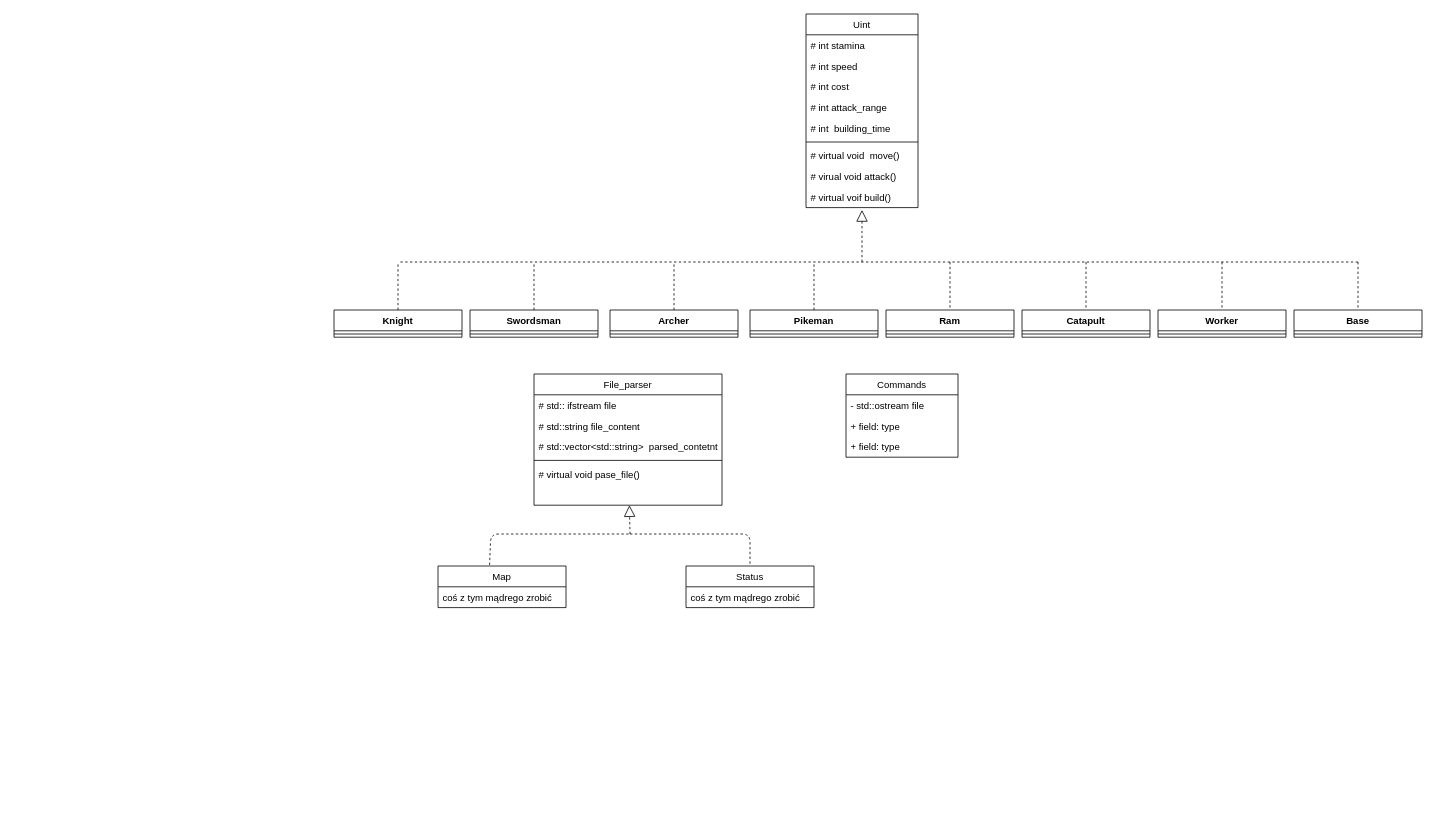
Before: diagram/diagram.drawio in PartyKusZ/board_game, a draw.io diagram. Source tidied: cells renumbered, new cells numbered last; positions are measured from the earlier drawing's top-left corner, leaving out a move shared by most shapes. Both pictures are drawn from the tidied source at 80%, with x=0, y=0 at pixel (334, 14).
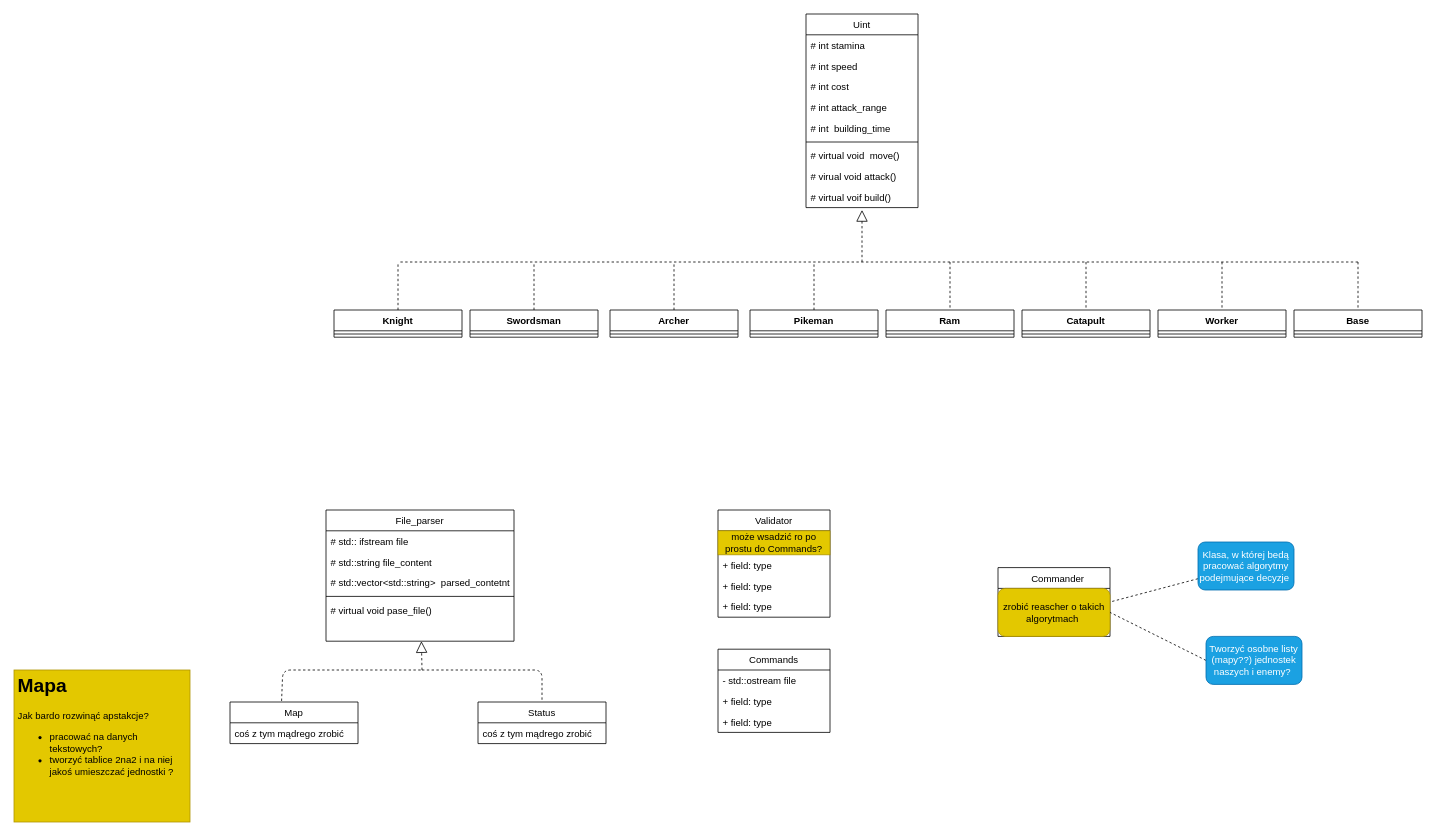
Above is the later version.

Commit message (it also covers changes not shown here):
rozwój daigramów

What changed in the source:
```diff
@@
     <mxCell id="39" value="Map" style="swimlane;fontStyle=0;horizontal=1;startSize=26;fillColor=none;strokeColor=default;" parent="1" vertex="1">
-      <mxGeometry x="130" y="690" width="160" height="52" as="geometry" />
+      <mxGeometry x="-130" y="860" width="160" height="52" as="geometry" />
     </mxCell>
@@
     <mxCell id="41" value="Status" style="swimlane;fontStyle=0;horizontal=1;startSize=26;fillColor=none;strokeColor=default;" parent="1" vertex="1">
-      <mxGeometry x="440" y="690" width="160" height="52" as="geometry" />
+      <mxGeometry x="180" y="860" width="160" height="52" as="geometry" />
     </mxCell>
@@
     <mxCell id="43" value="Commands" style="swimlane;fontStyle=0;horizontal=1;startSize=26;fillColor=none;strokeColor=default;" parent="1" vertex="1">
-      <mxGeometry x="640" y="450" width="140" height="104" as="geometry" />
+      <mxGeometry x="480" y="794" width="140" height="104" as="geometry" />
     </mxCell>
@@
     <mxCell id="47" value="File_parser" style="swimlane;fontStyle=0;horizontal=1;startSize=26;fillColor=none;strokeColor=default;" parent="1" vertex="1">
-      <mxGeometry x="250" y="450" width="235" height="164" as="geometry" />
+      <mxGeometry x="-10" y="620" width="235" height="164" as="geometry" />
     </mxCell>
@@
     <mxCell id="54" style="group;" parent="1" vertex="1">
-      <mxGeometry x="196" y="650" width="324" as="geometry" />
+      <mxGeometry x="-64" y="820" width="324" as="geometry" />
     </mxCell>
@@
+    <mxCell id="58" value="Validator" style="swimlane;fontStyle=0;horizontal=1;startSize=26;fillColor=none;strokeColor=default;" parent="1" vertex="1">
+      <mxGeometry x="480" y="620" width="140" height="134" as="geometry" />
+    </mxCell>
+    <mxCell id="59" value="może wsadzić ro po prostu do Commands?" style="text;html=1;strokeColor=#B09500;fillColor=#e3c800;align=center;verticalAlign=middle;whiteSpace=wrap;rounded=0;fontColor=#000000;" parent="58" vertex="1">
+      <mxGeometry y="26" width="140" height="30" as="geometry" />
+    </mxCell>
+    <mxCell id="60" value="+ field: type" style="text;strokeColor=none;fillColor=none;align=left;verticalAlign=top;spacingLeft=4;spacingRight=4;overflow=hidden;" parent="58" vertex="1">
+      <mxGeometry y="56" width="140" height="26" as="geometry" />
+    </mxCell>
+    <mxCell id="61" value="+ field: type" style="text;strokeColor=none;fillColor=none;align=left;verticalAlign=top;spacingLeft=4;spacingRight=4;overflow=hidden;" parent="58" vertex="1">
+      <mxGeometry y="82" width="140" height="26" as="geometry" />
+    </mxCell>
+    <mxCell id="62" value="+ field: type" style="text;strokeColor=none;fillColor=none;align=left;verticalAlign=top;spacingLeft=4;spacingRight=4;overflow=hidden;" parent="58" vertex="1">
+      <mxGeometry y="108" width="140" height="26" as="geometry" />
+    </mxCell>
+    <mxCell id="63" value="    Commander " style="swimlane;fontStyle=0;horizontal=1;startSize=26;fillColor=none;strokeColor=default;" parent="1" vertex="1">
+      <mxGeometry x="830" y="692" width="140" height="86" as="geometry" />
+    </mxCell>
+    <mxCell id="64" value="zrobić reascher o takich algorytmach&amp;nbsp;" style="rounded=1;whiteSpace=wrap;html=1;strokeColor=#B09500;fillColor=#e3c800;fontColor=#000000;" parent="63" vertex="1">
+      <mxGeometry y="26" width="140" height="60" as="geometry" />
+    </mxCell>
+    <mxCell id="65" style="edgeStyle=none;html=1;entryX=1;entryY=0.5;entryDx=0;entryDy=0;dashed=1;endArrow=none;endFill=0;elbow=vertical;" parent="1" edge="1" source="66" target="63">
+      <mxGeometry relative="1" as="geometry" />
+    </mxCell>
+    <mxCell id="66" value="&lt;span style=&quot;color: rgb(255, 255, 255);&quot;&gt;Klasa, w której bedą pracować algorytmy podejmujące decyzje&amp;nbsp;&lt;/span&gt;" style="rounded=1;whiteSpace=wrap;html=1;strokeColor=#006EAF;fillColor=#1ba1e2;fontColor=#ffffff;" parent="1" vertex="1">
+      <mxGeometry x="1080" y="660" width="120" height="60" as="geometry" />
+    </mxCell>
+    <mxCell id="67" value="&lt;h1&gt;Mapa&lt;/h1&gt;&lt;div&gt;Jak bardo rozwinąć apstakcje?&amp;nbsp;&lt;/div&gt;&lt;div&gt;&lt;ul&gt;&lt;li&gt;pracować na danych tekstowych?&lt;/li&gt;&lt;li&gt;tworzyć tablice 2na2 i na niej jakoś umieszczać jednostki ?&lt;/li&gt;&lt;/ul&gt;&lt;/div&gt;" style="text;html=1;strokeColor=#B09500;fillColor=#e3c800;spacing=5;spacingTop=-20;whiteSpace=wrap;overflow=hidden;rounded=0;fontColor=#000000;" parent="1" vertex="1">
+      <mxGeometry x="-400" y="820" width="220" height="190" as="geometry" />
+    </mxCell>
+    <mxCell id="68" style="edgeStyle=none;html=1;exitX=0;exitY=0.5;exitDx=0;exitDy=0;entryX=1;entryY=0.5;entryDx=0;entryDy=0;dashed=1;endArrow=none;endFill=0;elbow=vertical;" parent="1" edge="1" source="69" target="64">
+      <mxGeometry relative="1" as="geometry" />
+    </mxCell>
+    <mxCell id="69" value="Tworzyć osobne listy (mapy??) jednostek naszych i enemy?&amp;nbsp;&lt;br&gt;" style="rounded=1;whiteSpace=wrap;html=1;strokeColor=#006EAF;fillColor=#1ba1e2;fontColor=#ffffff;" parent="1" vertex="1">
+      <mxGeometry x="1090" y="778" width="120" height="60" as="geometry" />
+    </mxCell>
```
